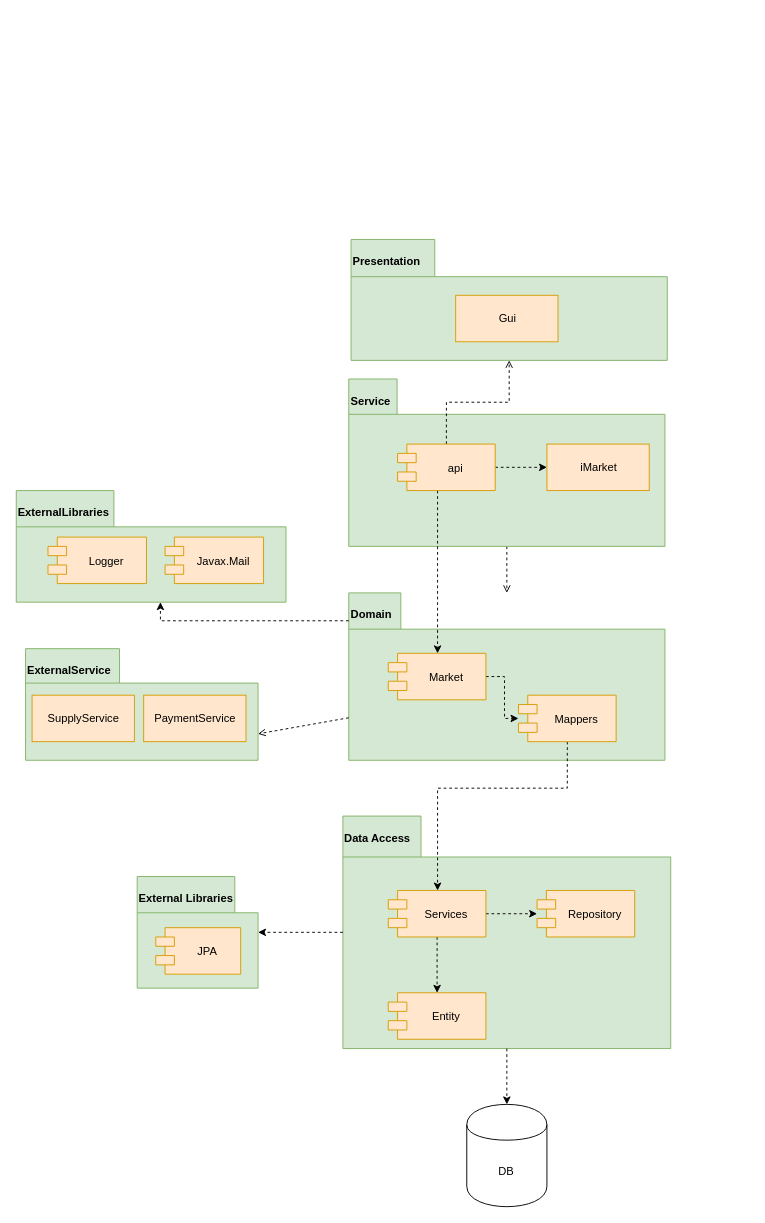
The draw.io diagram Files/version 3 - files/Architcture Diagram.drawio in Sadna-Market/Market, before the edit. Source tidied: cells renumbered, new cells numbered last; positions are measured from the earlier drawing's top-left corner, leaving out a move shared by most shapes. Both pictures are drawn from the tidied source at 93%, with x=0, y=0 at pixel (16, 239).
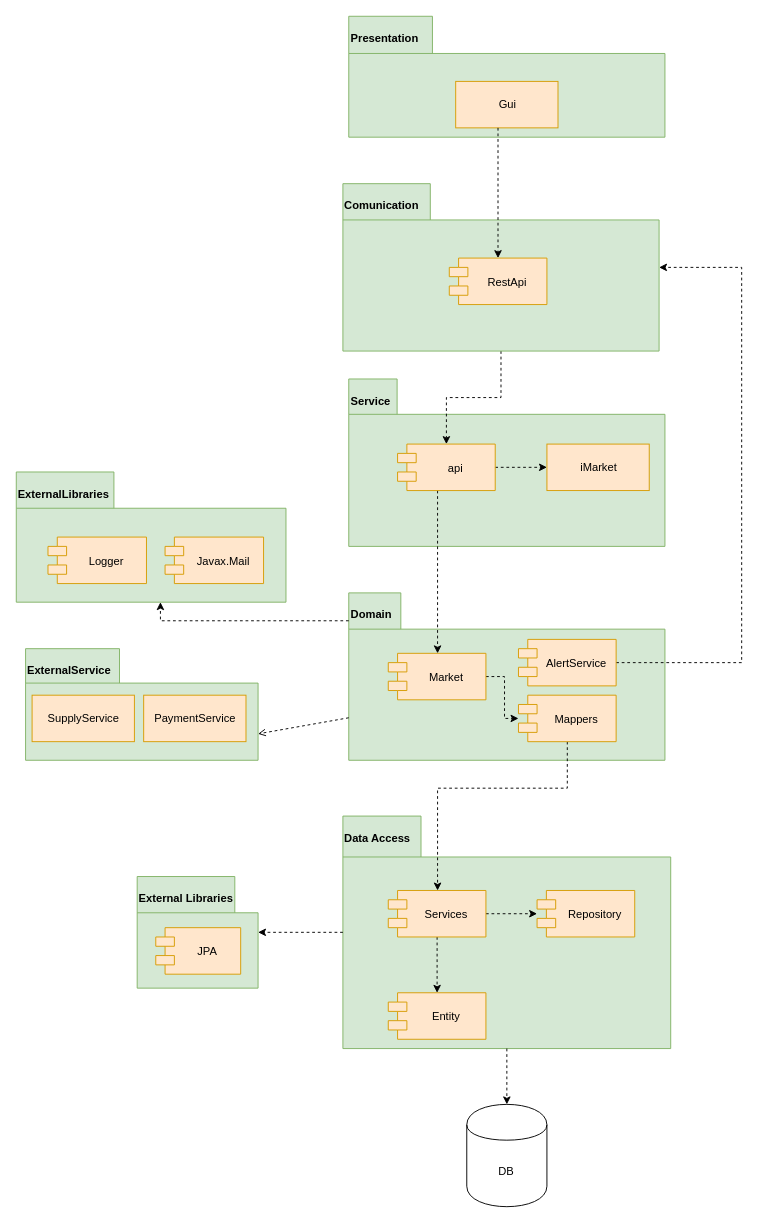
The same page after the edit.

Unchanged cells that the change refers to:
```xml
<mxCell id="2" value="Domain" style="shape=folder;fontStyle=1;spacingTop=10;tabWidth=56;tabHeight=39;tabPosition=left;html=1;align=left;verticalAlign=top;fillColor=#d5e8d4;strokeColor=#82b366;shadow=0;" parent="1" vertex="1">
  <mxGeometry x="357.5" y="380" width="340" height="180" as="geometry" />
</mxCell>
<mxCell id="6" value="Service" style="shape=folder;fontStyle=1;spacingTop=10;tabWidth=52;tabHeight=38;tabPosition=left;html=1;align=left;verticalAlign=top;fillColor=#d5e8d4;strokeColor=#82b366;" parent="1" vertex="1">
  <mxGeometry x="357.5" y="150" width="340" height="180" as="geometry" />
</mxCell>
<mxCell id="37" value="api" style="shape=module;align=left;spacingLeft=20;align=center;verticalAlign=middle;fillColor=#ffe6cc;strokeColor=#d79b00;" parent="1" vertex="1">
  <mxGeometry x="410" y="220" width="105" height="50" as="geometry" />
</mxCell>
```

The edit, as a diff of the source:
```diff
@@
+    <mxCell id="16" value="ExternalLibraries" style="shape=folder;fontStyle=1;spacingTop=10;tabWidth=105;tabHeight=39;tabPosition=left;html=1;align=left;verticalAlign=top;fillColor=#d5e8d4;strokeColor=#82b366;" parent="1" vertex="1">
+      <mxGeometry y="250" width="290" height="140" as="geometry" />
+    </mxCell>
@@
-    <mxCell id="5" style="edgeStyle=orthogonalEdgeStyle;rounded=0;jettySize=auto;html=1;endArrow=open;endFill=0;dashed=1;" parent="1" edge="1" source="6" target="2">
-      <mxGeometry relative="1" as="geometry" />
-    </mxCell>
@@
-    <mxCell id="15" style="group;" parent="1" vertex="1">
-      <mxGeometry y="270" width="290" height="120" as="geometry" />
-    </mxCell>
-    <mxCell id="16" value="ExternalLibraries" style="shape=folder;fontStyle=1;spacingTop=10;tabWidth=105;tabHeight=39;tabPosition=left;html=1;align=left;verticalAlign=top;fillColor=#d5e8d4;strokeColor=#82b366;" parent="15" vertex="1">
-      <mxGeometry width="290" height="120" as="geometry" />
-    </mxCell>
-    <mxCell id="17" value="Logger" style="shape=module;align=left;spacingLeft=20;align=center;verticalAlign=middle;fillColor=#ffe6cc;strokeColor=#d79b00;" parent="15" vertex="1">
-      <mxGeometry x="34.1" y="50" width="105.9" height="50" as="geometry" />
-    </mxCell>
-    <mxCell id="18" value="Javax.Mail" style="shape=module;align=left;spacingLeft=20;align=center;verticalAlign=middle;fillColor=#ffe6cc;strokeColor=#d79b00;" parent="15" vertex="1">
-      <mxGeometry x="160" y="50" width="105.9" height="50" as="geometry" />
-    </mxCell>
@@
     <mxCell id="20" value="Presentation" style="shape=folder;fontStyle=1;spacingTop=10;tabWidth=90;tabHeight=40;tabPosition=left;html=1;align=left;verticalAlign=top;fillColor=#d5e8d4;strokeColor=#82b366;" parent="1" vertex="1">
-      <mxGeometry x="360" width="340" height="130" as="geometry" />
+      <mxGeometry x="357.5" y="-240" width="340" height="130" as="geometry" />
     </mxCell>
     <mxCell id="21" value="Gui" style="html=1;fillColor=#ffe6cc;strokeColor=#d79b00;" parent="1" vertex="1">
-      <mxGeometry x="472.5" y="60" width="110" height="50" as="geometry" />
+      <mxGeometry x="472.5" y="-170" width="110" height="50" as="geometry" />
     </mxCell>
-    <mxCell id="22" style="edgeStyle=orthogonalEdgeStyle;rounded=0;jettySize=auto;html=1;endArrow=open;endFill=0;dashed=1;" parent="1" edge="1" source="37" target="20">
-      <mxGeometry relative="1" as="geometry" />
-    </mxCell>
@@
+    <mxCell id="17" value="Logger" style="shape=module;align=left;spacingLeft=20;align=center;verticalAlign=middle;fillColor=#ffe6cc;strokeColor=#d79b00;" parent="1" vertex="1">
+      <mxGeometry x="34.1" y="320" width="105.9" height="50" as="geometry" />
+    </mxCell>
+    <mxCell id="18" value="Javax.Mail" style="shape=module;align=left;spacingLeft=20;align=center;verticalAlign=middle;fillColor=#ffe6cc;strokeColor=#d79b00;" parent="1" vertex="1">
+      <mxGeometry x="160" y="320" width="105.9" height="50" as="geometry" />
+    </mxCell>
+    <mxCell id="38" style="edgeStyle=orthogonalEdgeStyle;rounded=0;jettySize=auto;html=1;dashed=1;" parent="1" edge="1" source="39" target="41">
+      <mxGeometry relative="1" as="geometry">
+        <Array as="points">
+          <mxPoint x="780" y="455" />
+          <mxPoint x="780" y="30" />
+        </Array>
+      </mxGeometry>
+    </mxCell>
+    <mxCell id="39" value="AlertService" style="shape=module;align=left;spacingLeft=20;align=center;verticalAlign=middle;fillColor=#ffe6cc;strokeColor=#d79b00;" parent="1" vertex="1">
+      <mxGeometry x="540" y="430" width="105" height="50" as="geometry" />
+    </mxCell>
+    <mxCell id="40" style="edgeStyle=orthogonalEdgeStyle;rounded=0;jettySize=auto;html=1;dashed=1;" parent="1" edge="1" source="41" target="37">
+      <mxGeometry relative="1" as="geometry" />
+    </mxCell>
+    <mxCell id="41" value="Comunication" style="shape=folder;fontStyle=1;spacingTop=10;tabWidth=94;tabHeight=39;tabPosition=left;html=1;align=left;verticalAlign=top;fillColor=#d5e8d4;strokeColor=#82b366;" parent="1" vertex="1">
+      <mxGeometry x="351.2" y="-60" width="340" height="180" as="geometry" />
+    </mxCell>
+    <mxCell id="42" value="RestApi" style="shape=module;align=left;spacingLeft=20;align=center;verticalAlign=middle;fillColor=#ffe6cc;strokeColor=#d79b00;" parent="1" vertex="1">
+      <mxGeometry x="465.6" y="20" width="105" height="50" as="geometry" />
+    </mxCell>
+    <mxCell id="43" style="edgeStyle=orthogonalEdgeStyle;rounded=0;jettySize=auto;html=1;dashed=1;" parent="1" edge="1" source="21" target="42">
+      <mxGeometry relative="1" as="geometry">
+        <Array as="points">
+          <mxPoint x="518" y="-80" />
+          <mxPoint x="518" y="-80" />
+        </Array>
+      </mxGeometry>
+    </mxCell>
```
